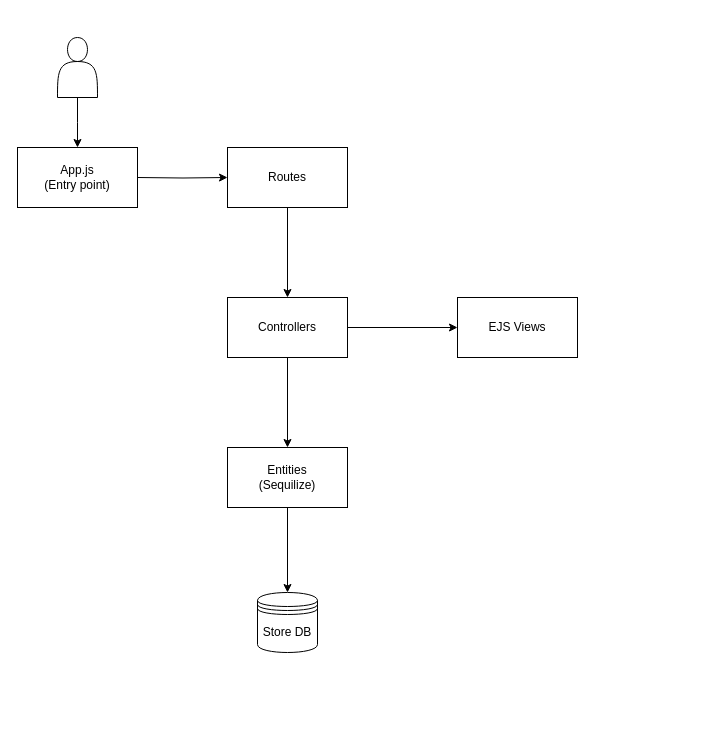
Above: Diagrama sin título.drawio in mlopalv/repoexample (draw.io), before the change. Source tidied: cells renumbered, new cells numbered last; positions are measured from the earlier drawing's top-left corner, leaving out a move shared by most shapes. Both pictures are drawn from the tidied source at 100%, with x=0, y=0 at pixel (17, 37).
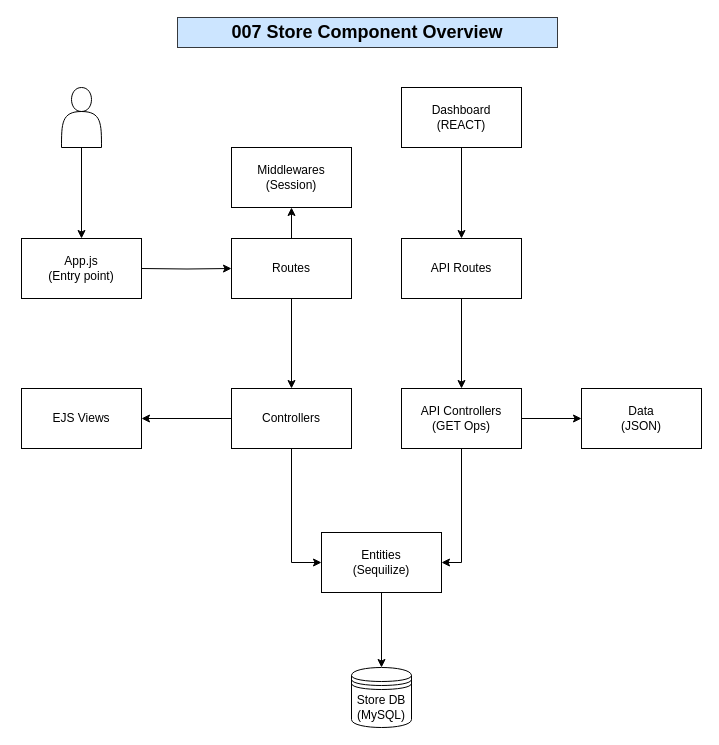
Above is the later version.

What changed in the source:
```diff
@@
     <mxCell id="2" style="edgeStyle=orthogonalEdgeStyle;rounded=0;jettySize=auto;html=1;" parent="1" edge="1" target="6">
       <mxGeometry relative="1" as="geometry">
-        <mxPoint x="120" y="140" as="sourcePoint" />
+        <mxPoint x="124" y="231" as="sourcePoint" />
       </mxGeometry>
     </mxCell>
     <mxCell id="3" style="edgeStyle=orthogonalEdgeStyle;rounded=0;jettySize=auto;html=1;" parent="1" edge="1" source="4">
       <mxGeometry relative="1" as="geometry">
-        <mxPoint x="60" y="110" as="targetPoint" />
+        <mxPoint x="64" y="201" as="targetPoint" />
       </mxGeometry>
     </mxCell>
     <mxCell id="4" style="shape=actor;whiteSpace=wrap;html=1;" parent="1" vertex="1">
-      <mxGeometry x="40" width="40" height="60" as="geometry" />
+      <mxGeometry x="44" y="50" width="40" height="60" as="geometry" />
     </mxCell>
@@
+    <mxCell id="15" style="edgeStyle=orthogonalEdgeStyle;rounded=0;jettySize=auto;html=1;" parent="1" edge="1" source="6" target="25">
+      <mxGeometry relative="1" as="geometry" />
+    </mxCell>
     <mxCell id="6" value="Routes" style="rounded=0;whiteSpace=wrap;html=1;" parent="1" vertex="1">
-      <mxGeometry x="210" y="110" width="120" height="60" as="geometry" />
+      <mxGeometry x="214" y="201" width="120" height="60" as="geometry" />
     </mxCell>
-    <mxCell id="7" style="edgeStyle=orthogonalEdgeStyle;rounded=0;jettySize=auto;html=1;" parent="1" edge="1" source="9" target="11">
+    <mxCell id="7" style="edgeStyle=orthogonalEdgeStyle;rounded=0;jettySize=auto;html=1;entryX=0;entryY=0.5;entryDx=0;entryDy=0;" parent="1" edge="1" source="9" target="11">
       <mxGeometry relative="1" as="geometry" />
     </mxCell>
@@
     <mxCell id="9" value="Controllers" style="rounded=0;whiteSpace=wrap;html=1;" parent="1" vertex="1">
-      <mxGeometry x="210" y="260" width="120" height="60" as="geometry" />
+      <mxGeometry x="214" y="351" width="120" height="60" as="geometry" />
     </mxCell>
@@
     <mxCell id="11" value="Entities&lt;br&gt;(Sequilize)" style="rounded=0;whiteSpace=wrap;html=1;" parent="1" vertex="1">
-      <mxGeometry x="210" y="410" width="120" height="60" as="geometry" />
+      <mxGeometry x="304" y="495" width="120" height="60" as="geometry" />
     </mxCell>
-    <mxCell id="12" value="Store DB" style="shape=datastore;whiteSpace=wrap;html=1;" parent="1" vertex="1">
-      <mxGeometry x="240" y="555" width="60" height="60" as="geometry" />
+    <mxCell id="12" value="Store DB&lt;br&gt;(MySQL)" style="shape=datastore;whiteSpace=wrap;html=1;" parent="1" vertex="1">
+      <mxGeometry x="334" y="630" width="60" height="60" as="geometry" />
     </mxCell>
     <mxCell id="13" value="EJS Views" style="rounded=0;whiteSpace=wrap;html=1;" parent="1" vertex="1">
-      <mxGeometry x="440" y="260" width="120" height="60" as="geometry" />
+      <mxGeometry x="4" y="351" width="120" height="60" as="geometry" />
     </mxCell>
     <mxCell id="14" value="App.js&lt;br&gt;(Entry point)" style="rounded=0;whiteSpace=wrap;html=1;" parent="1" vertex="1">
-      <mxGeometry y="110" width="120" height="60" as="geometry" />
+      <mxGeometry x="4" y="201" width="120" height="60" as="geometry" />
     </mxCell>
+    <mxCell id="16" style="edgeStyle=orthogonalEdgeStyle;rounded=0;jettySize=auto;html=1;" parent="1" edge="1" source="17" target="20">
+      <mxGeometry relative="1" as="geometry" />
+    </mxCell>
+    <mxCell id="17" value="API Routes" style="rounded=0;whiteSpace=wrap;html=1;" parent="1" vertex="1">
+      <mxGeometry x="384" y="201" width="120" height="60" as="geometry" />
+    </mxCell>
+    <mxCell id="18" style="edgeStyle=orthogonalEdgeStyle;rounded=0;jettySize=auto;html=1;entryX=1;entryY=0.5;entryDx=0;entryDy=0;exitX=0.5;exitY=1;exitDx=0;exitDy=0;" parent="1" edge="1" source="20" target="11">
+      <mxGeometry relative="1" as="geometry" />
+    </mxCell>
+    <mxCell id="19" style="edgeStyle=orthogonalEdgeStyle;rounded=0;jettySize=auto;html=1;" parent="1" edge="1" source="20" target="21">
+      <mxGeometry relative="1" as="geometry" />
+    </mxCell>
+    <mxCell id="20" value="API Controllers&lt;br&gt;(GET Ops)" style="rounded=0;whiteSpace=wrap;html=1;" parent="1" vertex="1">
+      <mxGeometry x="384" y="351" width="120" height="60" as="geometry" />
+    </mxCell>
+    <mxCell id="21" value="Data&lt;br&gt;(JSON)" style="rounded=0;whiteSpace=wrap;html=1;" parent="1" vertex="1">
+      <mxGeometry x="564" y="351" width="120" height="60" as="geometry" />
+    </mxCell>
+    <mxCell id="22" value="007 Store Component Overview" style="text;html=1;strokeColor=#36393d;fillColor=#cce5ff;align=center;verticalAlign=middle;whiteSpace=wrap;rounded=0;fontSize=18;fontStyle=1;" parent="1" vertex="1">
+      <mxGeometry x="160" y="-20" width="380" height="30" as="geometry" />
+    </mxCell>
+    <mxCell id="23" style="edgeStyle=orthogonalEdgeStyle;rounded=0;jettySize=auto;html=1;" parent="1" edge="1" source="24" target="17">
+      <mxGeometry relative="1" as="geometry" />
+    </mxCell>
+    <mxCell id="24" value="Dashboard&lt;br&gt;(REACT)" style="rounded=0;whiteSpace=wrap;html=1;" parent="1" vertex="1">
+      <mxGeometry x="384" y="50" width="120" height="60" as="geometry" />
+    </mxCell>
+    <mxCell id="25" value="Middlewares&lt;br&gt;(Session)" style="rounded=0;whiteSpace=wrap;html=1;" parent="1" vertex="1">
+      <mxGeometry x="214" y="110" width="120" height="60" as="geometry" />
+    </mxCell>
```
